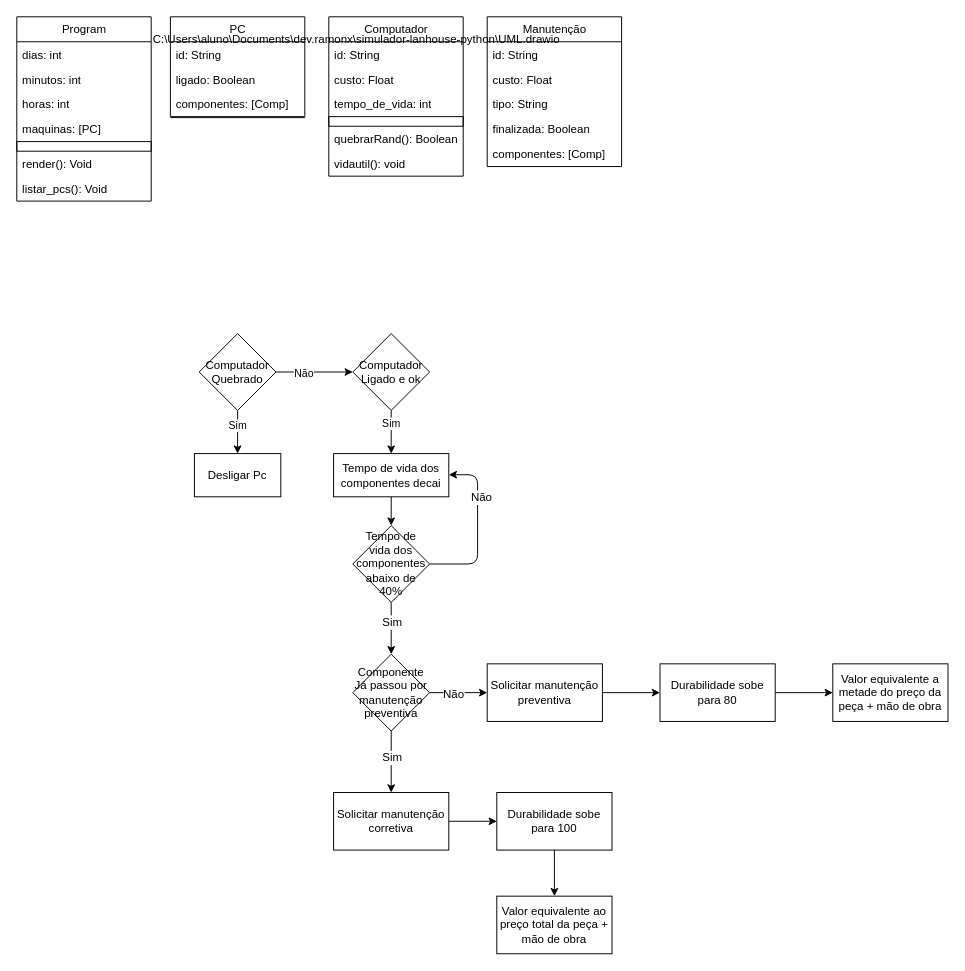
This is UML.drawio from DeivRicardoSS/simulador-lanhouse-python, a draw.io file, before an edit. Source tidied: cells renumbered, new cells numbered last; positions are measured from the earlier drawing's top-left corner, leaving out a move shared by most shapes. Both pictures are drawn from the tidied source at 96%, with x=0, y=0 at pixel (16, 16).
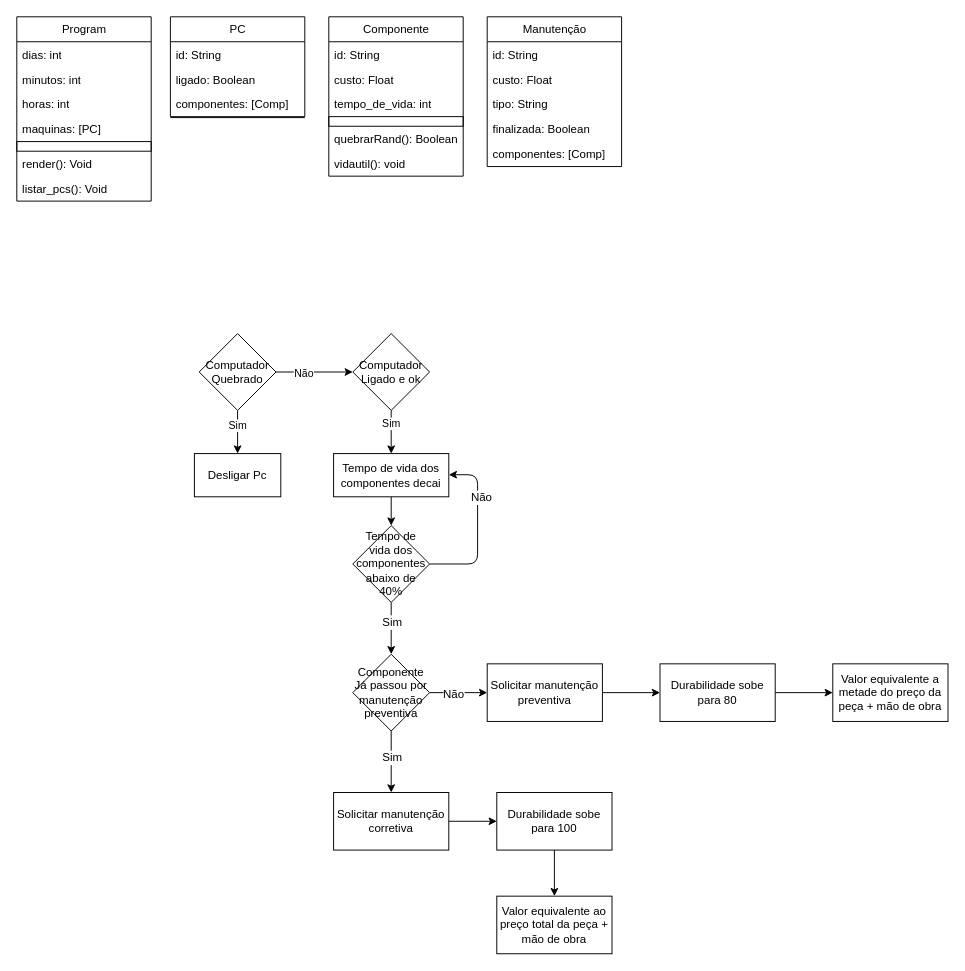
The same diagram, later.

What changed in the source:
```diff
@@
-    <mxCell id="2" value="C:\Users\aluno\Documents\dev.ramonx\simulador-lanhouse-python\UML.drawio" style="text;whiteSpace=wrap;html=1;" parent="1" vertex="1">
-      <mxGeometry x="140" y="10" width="470" height="40" as="geometry" />
-    </mxCell>
@@
-    <mxCell id="8" value="Computador" style="swimlane;fontStyle=0;horizontal=1;startSize=26;fillColor=none;html=1;" parent="1" vertex="1">
+    <mxCell id="8" value="Componente" style="swimlane;fontStyle=0;horizontal=1;startSize=26;fillColor=none;html=1;" parent="1" vertex="1">
       <mxGeometry x="325" width="140" height="166" as="geometry" />
     </mxCell>
```
